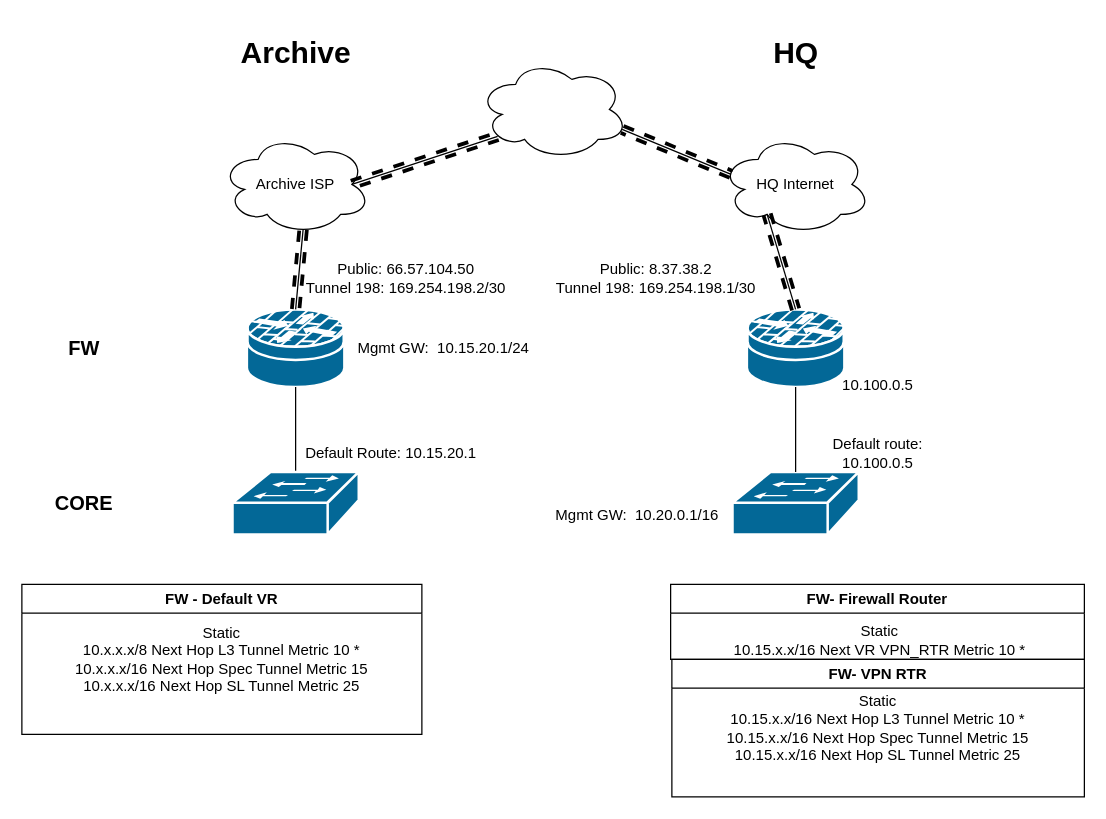
Earlier version of the draw.io diagram page "As-is" (1 of 2) of Archive.drawio (adamrt918/Diagram). Source tidied: cells renumbered, new cells numbered last; positions are measured from the earlier drawing's top-left corner, leaving out a move shared by most shapes. Both pictures are drawn from the tidied source at 125%, with x=0, y=0 at pixel (21, 21).
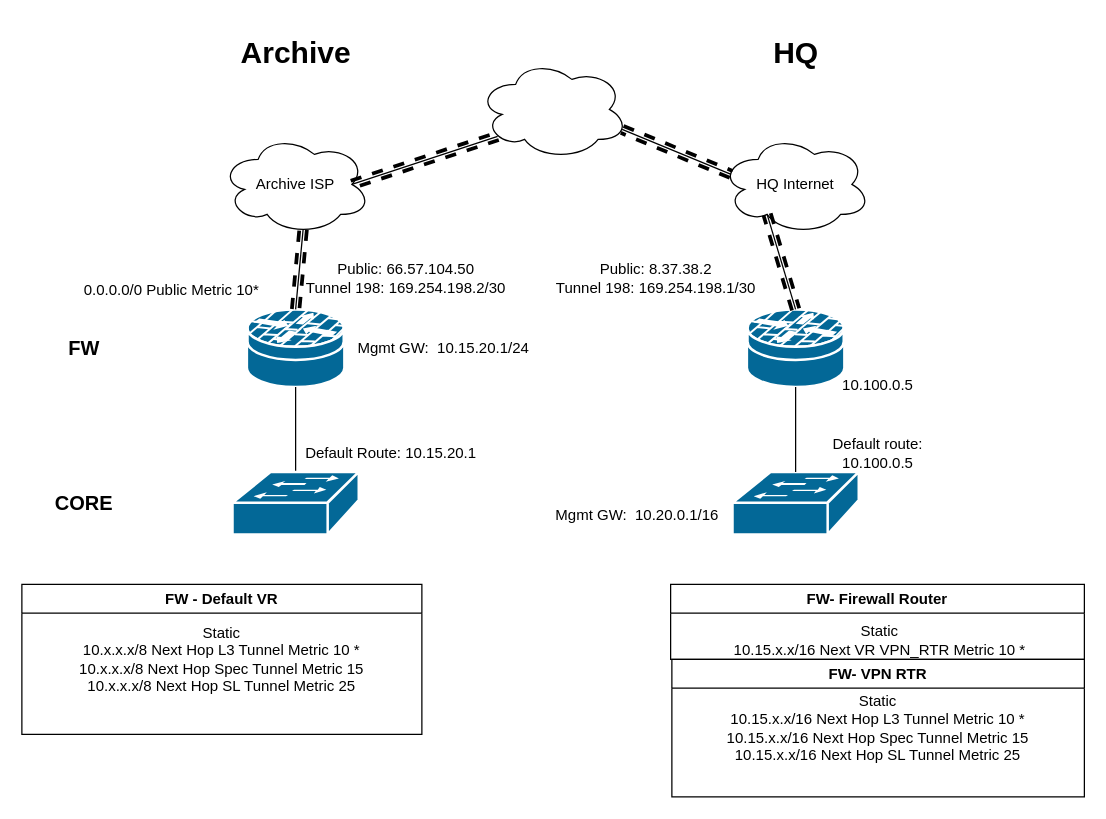
After the change.

Unchanged cells that the change refers to:
```xml
<mxCell id="32" value="FW - Default VR" style="swimlane;whiteSpace=wrap;html=1;" parent="1" vertex="1">
  <mxGeometry y="450" width="320" height="120" as="geometry" />
</mxCell>
```

Change to the diagram source:
```diff
@@
-    <mxCell id="33" value="&lt;div&gt;Static&lt;/div&gt;10.x.x.x/8 Next Hop L3 Tunnel Metric 10 *&lt;div&gt;10.x.x.x/16 Next Hop Spec Tunnel Metric 15&lt;/div&gt;&lt;div&gt;10.x.x.x/16 Next Hop SL Tunnel Metric 25&lt;/div&gt;" style="text;html=1;whiteSpace=wrap;strokeColor=none;fillColor=none;align=center;verticalAlign=middle;rounded=0;" parent="32" vertex="1">
+    <mxCell id="33" value="&lt;div&gt;Static&lt;/div&gt;10.x.x.x/8 Next Hop L3 Tunnel Metric 10 *&lt;div&gt;10.x.x.x/8 Next Hop Spec Tunnel Metric 15&lt;/div&gt;&lt;div&gt;10.x.x.x/8 Next Hop SL Tunnel Metric 25&lt;/div&gt;" style="text;html=1;whiteSpace=wrap;strokeColor=none;fillColor=none;align=center;verticalAlign=middle;rounded=0;" parent="32" vertex="1">
       <mxGeometry y="30" width="320" height="60" as="geometry" />
     </mxCell>
@@
+    <mxCell id="36" value="0.0.0.0/0 Public Metric 10*" style="text;html=1;align=center;verticalAlign=middle;whiteSpace=wrap;rounded=0;" parent="1" vertex="1">
+      <mxGeometry x="38.5" y="200" width="161.5" height="30" as="geometry" />
+    </mxCell>
```
